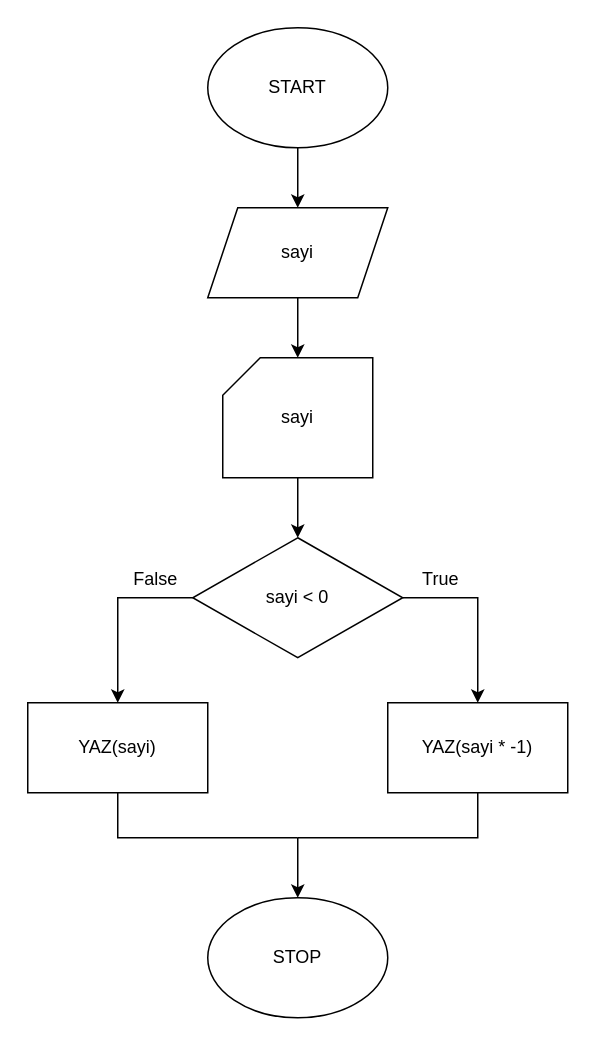
The draw.io diagram examples/mutlak-deger.drawio in Kano008/drawalg, before the edit. Source tidied: cells renumbered, new cells numbered last; positions are measured from the earlier drawing's top-left corner, leaving out a move shared by most shapes. Both pictures are drawn from the tidied source at 150%, with x=0, y=0 at pixel (27, 27).
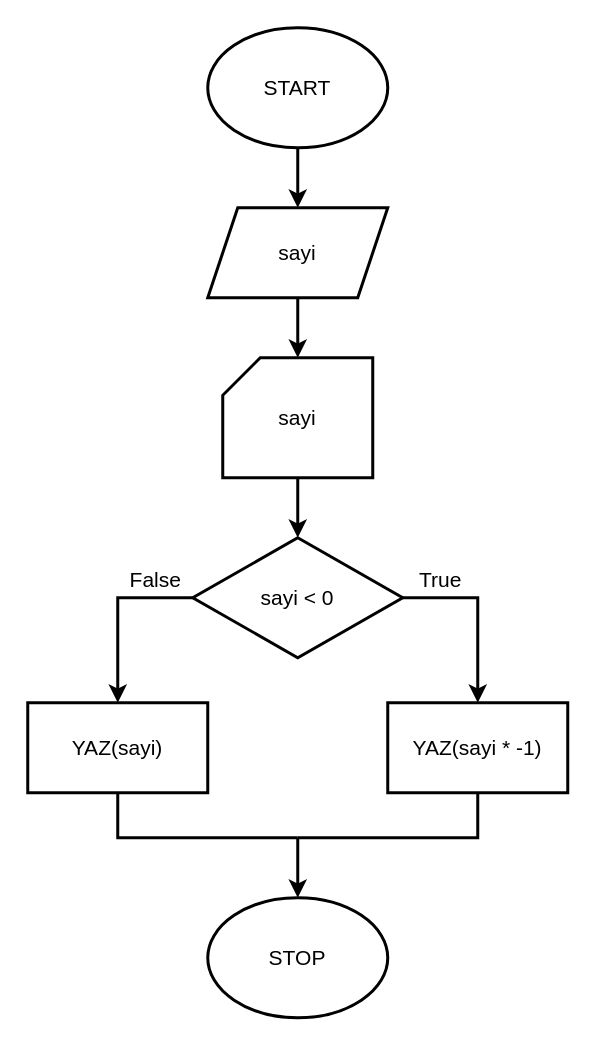
Above is the later version.

Change to the diagram source:
```diff
@@
-    <mxCell id="2" value="START" style="ellipse;html=1;whiteSpace=wrap;fontSize=12;drawalg=1;" parent="1" vertex="1">
+    <mxCell id="2" value="START" style="ellipse;html=1;whiteSpace=wrap;strokeWidth=2;fontSize=14;drawalg=1;drawalgV=2;" parent="1" vertex="1">
       <mxGeometry x="120" width="120" height="80" as="geometry" />
     </mxCell>
-    <mxCell id="3" value="STOP" style="ellipse;html=1;whiteSpace=wrap;fontSize=12;drawalg=1;" parent="1" vertex="1">
+    <mxCell id="3" value="STOP" style="ellipse;html=1;whiteSpace=wrap;strokeWidth=2;fontSize=14;drawalg=1;drawalgV=2;" parent="1" vertex="1">
       <mxGeometry x="120" y="580" width="120" height="80" as="geometry" />
     </mxCell>
-    <mxCell id="4" style="edgeStyle=none;rounded=0;html=1;endFill=1;drawalg=1;endArrow=classic;exitX=0.5;exitY=1;exitDx=0;exitDy=0;exitPerimeter=0;entryX=0.5;entryY=0;entryDx=0;entryDy=0;entryPerimeter=0;daSeq=main;daIdx=0;" parent="1" edge="1" source="2" target="5">
-      <mxGeometry relative="1" as="geometry" />
-    </mxCell>
-    <mxCell id="5" value="sayi" style="shape=parallelogram;perimeter=parallelogramPerimeter;fixedSize=1;size=20;html=1;whiteSpace=wrap;fontSize=12;drawalg=1;" parent="1" vertex="1">
-      <mxGeometry x="120" y="120" width="120" height="60" as="geometry" />
-    </mxCell>
-    <mxCell id="6" style="edgeStyle=none;rounded=0;html=1;endFill=1;drawalg=1;endArrow=classic;exitX=0.5;exitY=1;exitDx=0;exitDy=0;exitPerimeter=0;entryX=0.5;entryY=0;entryDx=0;entryDy=0;entryPerimeter=0;daSeq=main;daIdx=1;" parent="1" edge="1" source="5" target="7">
-      <mxGeometry relative="1" as="geometry" />
-    </mxCell>
-    <mxCell id="7" value="sayi" style="shape=card;size=25;html=1;whiteSpace=wrap;fontSize=12;drawalg=1;" parent="1" vertex="1">
-      <mxGeometry x="130" y="220" width="100" height="80" as="geometry" />
-    </mxCell>
-    <mxCell id="8" style="edgeStyle=none;rounded=0;html=1;endFill=1;drawalg=1;endArrow=classic;exitX=0.5;exitY=1;exitDx=0;exitDy=0;exitPerimeter=0;entryX=0.5;entryY=0;entryDx=0;entryDy=0;entryPerimeter=0;daSeq=main;daIdx=2;" parent="1" edge="1" source="7" target="9">
-      <mxGeometry relative="1" as="geometry" />
-    </mxCell>
+    <mxCell id="20" style="edgeStyle=none;rounded=0;html=1;endFill=1;strokeWidth=2;drawalg=1;drawalgV=2;endArrow=classic;exitX=0.5;exitY=1;exitDx=0;exitDy=0;exitPerimeter=0;entryX=0.5;entryY=0;entryDx=0;entryDy=0;entryPerimeter=0;daSeq=main;daIdx=0;" parent="1" edge="1" source="2" target="21">
+      <mxGeometry relative="1" as="geometry" />
+    </mxCell>
+    <mxCell id="21" value="sayi" style="shape=parallelogram;perimeter=parallelogramPerimeter;fixedSize=1;size=20;html=1;whiteSpace=wrap;strokeWidth=2;fontSize=14;drawalg=1;drawalgV=2;" parent="1" vertex="1">
+      <mxGeometry x="120" y="120" width="120" height="60" as="geometry" />
+    </mxCell>
+    <mxCell id="22" style="edgeStyle=none;rounded=0;html=1;endFill=1;strokeWidth=2;drawalg=1;drawalgV=2;endArrow=classic;exitX=0.5;exitY=1;exitDx=0;exitDy=0;exitPerimeter=0;entryX=0.5;entryY=0;entryDx=0;entryDy=0;entryPerimeter=0;daSeq=main;daIdx=1;" parent="1" edge="1" source="21" target="23">
+      <mxGeometry relative="1" as="geometry" />
+    </mxCell>
+    <mxCell id="23" value="sayi" style="shape=card;size=25;html=1;whiteSpace=wrap;strokeWidth=2;fontSize=14;drawalg=1;drawalgV=2;" parent="1" vertex="1">
+      <mxGeometry x="130" y="220" width="100" height="80" as="geometry" />
+    </mxCell>
+    <mxCell id="24" style="edgeStyle=none;rounded=0;html=1;endFill=1;strokeWidth=2;drawalg=1;drawalgV=2;endArrow=classic;exitX=0.5;exitY=1;exitDx=0;exitDy=0;exitPerimeter=0;entryX=0.5;entryY=0;entryDx=0;entryDy=0;entryPerimeter=0;daSeq=main;daIdx=2;" parent="1" edge="1" source="23" target="9">
+      <mxGeometry relative="1" as="geometry" />
+    </mxCell>
-    <mxCell id="9" value="sayi &amp;lt; 0" style="rhombus;html=1;whiteSpace=wrap;fontSize=12;drawalg=1;" parent="1" vertex="1">
+    <mxCell id="9" value="sayi &amp;lt; 0" style="rhombus;html=1;whiteSpace=wrap;strokeWidth=2;fontSize=14;drawalg=1;drawalgV=2;" parent="1" vertex="1">
       <mxGeometry x="110" y="340" width="140" height="80" as="geometry" />
     </mxCell>
-    <mxCell id="10" style="shape=waypoint;size=1;fillColor=none;strokeColor=none;perimeter=centerPerimeter;drawalg=1;selectable=0;" parent="1" vertex="1">
-      <mxGeometry x="179" y="539" width="2" height="2" as="geometry" />
-    </mxCell>
+    <mxCell id="25" style="shape=waypoint;size=1;fillColor=none;strokeColor=none;perimeter=centerPerimeter;drawalg=1;drawalgV=2;selectable=0;" parent="1" vertex="1">
+      <mxGeometry x="179" y="539" width="2" height="2" as="geometry" />
+    </mxCell>
-    <mxCell id="11" value="False" style="text;html=1;align=center;verticalAlign=middle;strokeColor=none;fillColor=none;fontSize=12;drawalg=1;selectable=0;" parent="1" vertex="1">
+    <mxCell id="11" value="False" style="text;html=1;align=center;verticalAlign=middle;strokeColor=none;fillColor=none;fontSize=14;drawalg=1;drawalgV=2;selectable=0;" parent="1" vertex="1">
       <mxGeometry x="60" y="358" width="50" height="20" as="geometry" />
     </mxCell>
-    <mxCell id="12" value="True" style="text;html=1;align=center;verticalAlign=middle;strokeColor=none;fillColor=none;fontSize=12;drawalg=1;selectable=0;" parent="1" vertex="1">
+    <mxCell id="12" value="True" style="text;html=1;align=center;verticalAlign=middle;strokeColor=none;fillColor=none;fontSize=14;drawalg=1;drawalgV=2;selectable=0;" parent="1" vertex="1">
       <mxGeometry x="250" y="358" width="50" height="20" as="geometry" />
     </mxCell>
-    <mxCell id="13" style="edgeStyle=none;rounded=0;html=1;endFill=1;drawalg=1;endArrow=classic;exitX=0;exitY=0.5;exitDx=0;exitDy=0;exitPerimeter=0;entryX=0.5;entryY=0;entryDx=0;entryDy=0;entryPerimeter=0;daSeq=q0caswzb0:no;daIdx=0;" parent="1" edge="1" source="9" target="16">
+    <mxCell id="13" style="edgeStyle=none;rounded=0;html=1;endFill=1;strokeWidth=2;drawalg=1;drawalgV=2;endArrow=classic;exitX=0;exitY=0.5;exitDx=0;exitDy=0;exitPerimeter=0;entryX=0.5;entryY=0;entryDx=0;entryDy=0;entryPerimeter=0;daSeq=f81q1ugas:no;daIdx=0;" parent="1" edge="1" source="9" target="16">
       <mxGeometry relative="1" as="geometry">
         <Array as="points">
           <mxPoint x="60" y="380" />
         </Array>
       </mxGeometry>
     </mxCell>
-    <mxCell id="14" style="edgeStyle=none;rounded=0;html=1;endFill=1;drawalg=1;endArrow=classic;exitX=1;exitY=0.5;exitDx=0;exitDy=0;exitPerimeter=0;entryX=0.5;entryY=0;entryDx=0;entryDy=0;entryPerimeter=0;daSeq=q0caswzb0:yes;daIdx=0;" parent="1" edge="1" source="9" target="18">
+    <mxCell id="14" style="edgeStyle=none;rounded=0;html=1;endFill=1;strokeWidth=2;drawalg=1;drawalgV=2;endArrow=classic;exitX=1;exitY=0.5;exitDx=0;exitDy=0;exitPerimeter=0;entryX=0.5;entryY=0;entryDx=0;entryDy=0;entryPerimeter=0;daSeq=f81q1ugas:yes;daIdx=0;" parent="1" edge="1" source="9" target="18">
       <mxGeometry relative="1" as="geometry">
         <Array as="points">
           <mxPoint x="300" y="380" />
         </Array>
       </mxGeometry>
     </mxCell>
-    <mxCell id="15" style="edgeStyle=none;rounded=0;html=1;endFill=1;drawalg=1;endArrow=classic;exitX=0.5;exitY=0.5;exitDx=0;exitDy=0;exitPerimeter=0;entryX=0.5;entryY=0;entryDx=0;entryDy=0;entryPerimeter=0;daSeq=main;daIdx=3;" parent="1" edge="1" source="10" target="3">
-      <mxGeometry relative="1" as="geometry" />
-    </mxCell>
+    <mxCell id="26" style="edgeStyle=none;rounded=0;html=1;endFill=1;strokeWidth=2;drawalg=1;drawalgV=2;endArrow=classic;exitX=0.5;exitY=0.5;exitDx=0;exitDy=0;exitPerimeter=0;entryX=0.5;entryY=0;entryDx=0;entryDy=0;entryPerimeter=0;daSeq=main;daIdx=3;" parent="1" edge="1" source="25" target="3">
+      <mxGeometry relative="1" as="geometry" />
+    </mxCell>
-    <mxCell id="16" value="YAZ(sayi)" style="rounded=0;html=1;whiteSpace=wrap;fontSize=12;drawalg=1;" parent="1" vertex="1">
+    <mxCell id="16" value="YAZ(sayi)" style="rounded=0;html=1;whiteSpace=wrap;strokeWidth=2;fontSize=14;drawalg=1;drawalgV=2;" parent="1" vertex="1">
       <mxGeometry y="450" width="120" height="60" as="geometry" />
     </mxCell>
-    <mxCell id="17" style="edgeStyle=none;rounded=0;html=1;endFill=1;drawalg=1;endArrow=none;exitX=0.5;exitY=1;exitDx=0;exitDy=0;exitPerimeter=0;entryX=0.5;entryY=0.5;entryDx=0;entryDy=0;entryPerimeter=0;daSeq=q0caswzb0:no;daIdx=1;" parent="1" edge="1" source="16" target="10">
-      <mxGeometry relative="1" as="geometry">
-        <Array as="points">
-          <mxPoint x="60" y="540" />
-        </Array>
-      </mxGeometry>
-    </mxCell>
+    <mxCell id="27" style="edgeStyle=none;rounded=0;html=1;endFill=1;strokeWidth=2;drawalg=1;drawalgV=2;endArrow=none;exitX=0.5;exitY=1;exitDx=0;exitDy=0;exitPerimeter=0;entryX=0.5;entryY=0.5;entryDx=0;entryDy=0;entryPerimeter=0;daSeq=f81q1ugas:no;daIdx=1;" parent="1" edge="1" source="16" target="25">
+      <mxGeometry relative="1" as="geometry">
+        <Array as="points">
+          <mxPoint x="60" y="540" />
+        </Array>
+      </mxGeometry>
+    </mxCell>
-    <mxCell id="18" value="YAZ(sayi * -1)" style="rounded=0;html=1;whiteSpace=wrap;fontSize=12;drawalg=1;" parent="1" vertex="1">
+    <mxCell id="18" value="YAZ(sayi * -1)" style="rounded=0;html=1;whiteSpace=wrap;strokeWidth=2;fontSize=14;drawalg=1;drawalgV=2;" parent="1" vertex="1">
       <mxGeometry x="240" y="450" width="120" height="60" as="geometry" />
     </mxCell>
-    <mxCell id="19" style="edgeStyle=none;rounded=0;html=1;endFill=1;drawalg=1;endArrow=none;exitX=0.5;exitY=1;exitDx=0;exitDy=0;exitPerimeter=0;entryX=0.5;entryY=0.5;entryDx=0;entryDy=0;entryPerimeter=0;daSeq=q0caswzb0:yes;daIdx=1;" parent="1" edge="1" source="18" target="10">
-      <mxGeometry relative="1" as="geometry">
-        <Array as="points">
-          <mxPoint x="300" y="540" />
-        </Array>
-      </mxGeometry>
-    </mxCell>
+    <mxCell id="28" style="edgeStyle=none;rounded=0;html=1;endFill=1;strokeWidth=2;drawalg=1;drawalgV=2;endArrow=none;exitX=0.5;exitY=1;exitDx=0;exitDy=0;exitPerimeter=0;entryX=0.5;entryY=0.5;entryDx=0;entryDy=0;entryPerimeter=0;daSeq=f81q1ugas:yes;daIdx=1;" parent="1" edge="1" source="18" target="25">
+      <mxGeometry relative="1" as="geometry">
+        <Array as="points">
+          <mxPoint x="300" y="540" />
+        </Array>
+      </mxGeometry>
+    </mxCell>
```
